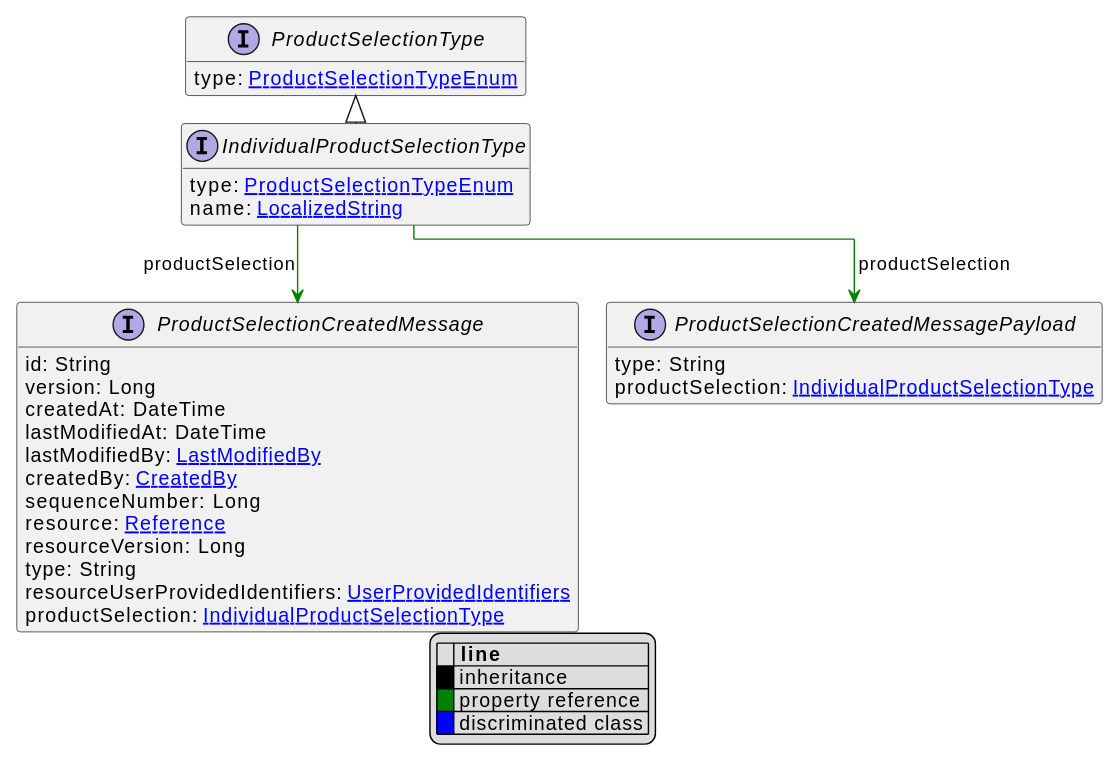
Before: uml/api/svg/IndividualProductSelectionType.svg, a diagram exported from PlantUML (commercetools/commercetools-api-reference). The source it was exported from:
```plantuml
@startuml
!pragma layout elk
hide empty fields
hide empty methods
legend
|= |= line |
|<back:black>   </back>| inheritance |
|<back:green>   </back>| property reference |
|<back:blue>   </back>| discriminated class |
endlegend
interface IndividualProductSelectionType [[IndividualProductSelectionType.svg]] extends ProductSelectionType {
    type: [[ProductSelectionTypeEnum.svg ProductSelectionTypeEnum]]
    name: [[LocalizedString.svg LocalizedString]]
}
interface ProductSelectionType [[ProductSelectionType.svg]]  {
    type: [[ProductSelectionTypeEnum.svg ProductSelectionTypeEnum]]
}


interface ProductSelectionCreatedMessage [[ProductSelectionCreatedMessage.svg]]  {
    id: String
    version: Long
    createdAt: DateTime
    lastModifiedAt: DateTime
    lastModifiedBy: [[LastModifiedBy.svg LastModifiedBy]]
    createdBy: [[CreatedBy.svg CreatedBy]]
    sequenceNumber: Long
    resource: [[Reference.svg Reference]]
    resourceVersion: Long
    type: String
    resourceUserProvidedIdentifiers: [[UserProvidedIdentifiers.svg UserProvidedIdentifiers]]
    productSelection: [[IndividualProductSelectionType.svg IndividualProductSelectionType]]
}
interface ProductSelectionCreatedMessagePayload [[ProductSelectionCreatedMessagePayload.svg]]  {
    type: String
    productSelection: [[IndividualProductSelectionType.svg IndividualProductSelectionType]]
}

IndividualProductSelectionType --> ProductSelectionCreatedMessage #green;text:green : "productSelection"
IndividualProductSelectionType --> ProductSelectionCreatedMessagePayload #green;text:green : "productSelection"
@enduml
```
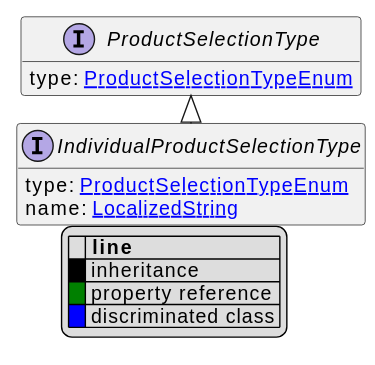
The same file after the commit.

Change to the diagram source:
```diff
@@ -17,25 +17,7 @@
 }
 
 
-interface ProductSelectionCreatedMessage [[ProductSelectionCreatedMessage.svg]]  {
-    id: String
-    version: Long
-    createdAt: DateTime
-    lastModifiedAt: DateTime
-    lastModifiedBy: [[LastModifiedBy.svg LastModifiedBy]]
-    createdBy: [[CreatedBy.svg CreatedBy]]
-    sequenceNumber: Long
-    resource: [[Reference.svg Reference]]
-    resourceVersion: Long
-    type: String
-    resourceUserProvidedIdentifiers: [[UserProvidedIdentifiers.svg UserProvidedIdentifiers]]
-    productSelection: [[IndividualProductSelectionType.svg IndividualProductSelectionType]]
-}
-interface ProductSelectionCreatedMessagePayload [[ProductSelectionCreatedMessagePayload.svg]]  {
-    type: String
-    productSelection: [[IndividualProductSelectionType.svg IndividualProductSelectionType]]
-}
 
-IndividualProductSelectionType --> ProductSelectionCreatedMessage #green;text:green : "productSelection"
-IndividualProductSelectionType --> ProductSelectionCreatedMessagePayload #green;text:green : "productSelection"
+
+
 @enduml
```
